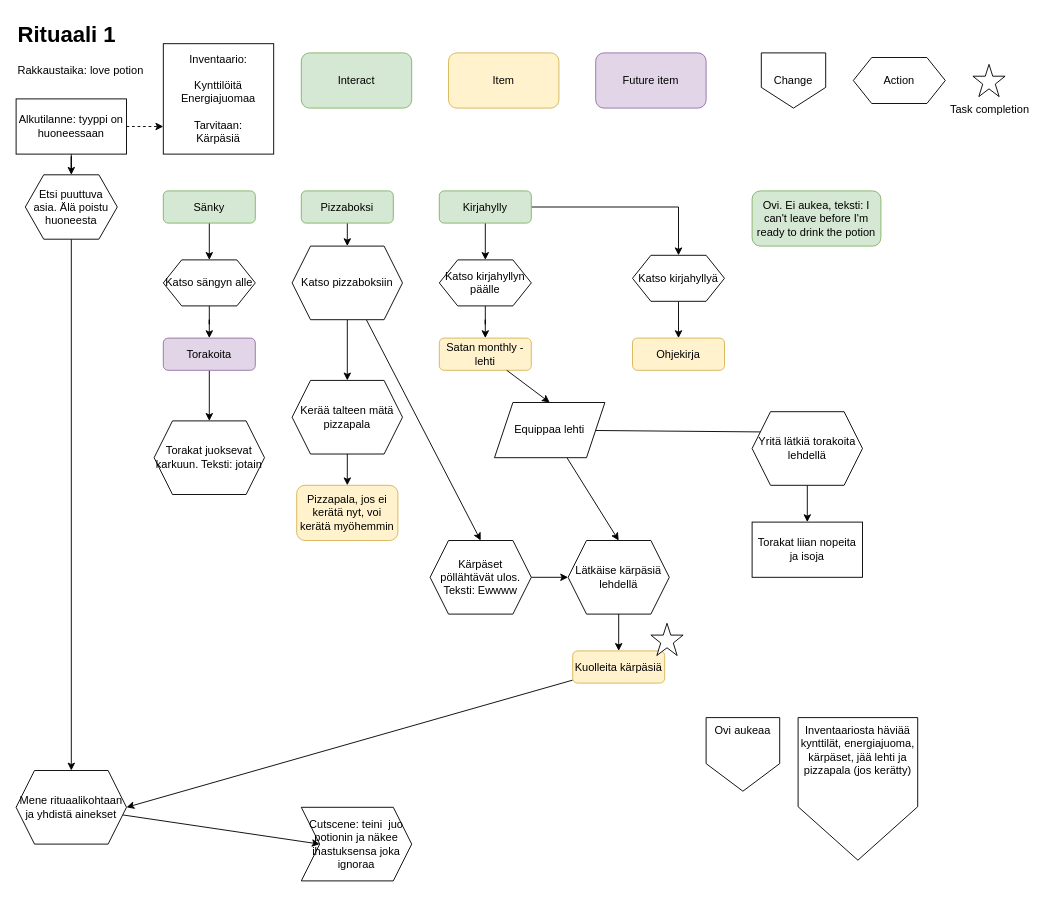
This is Rituaali1.drawio from nallemi/manaaja, a draw.io file, before an edit. Source tidied: cells renumbered, new cells numbered last; positions are measured from the earlier drawing's top-left corner, leaving out a move shared by most shapes. Both pictures are drawn from the tidied source at 92%, with x=0, y=0 at pixel (16, 16).
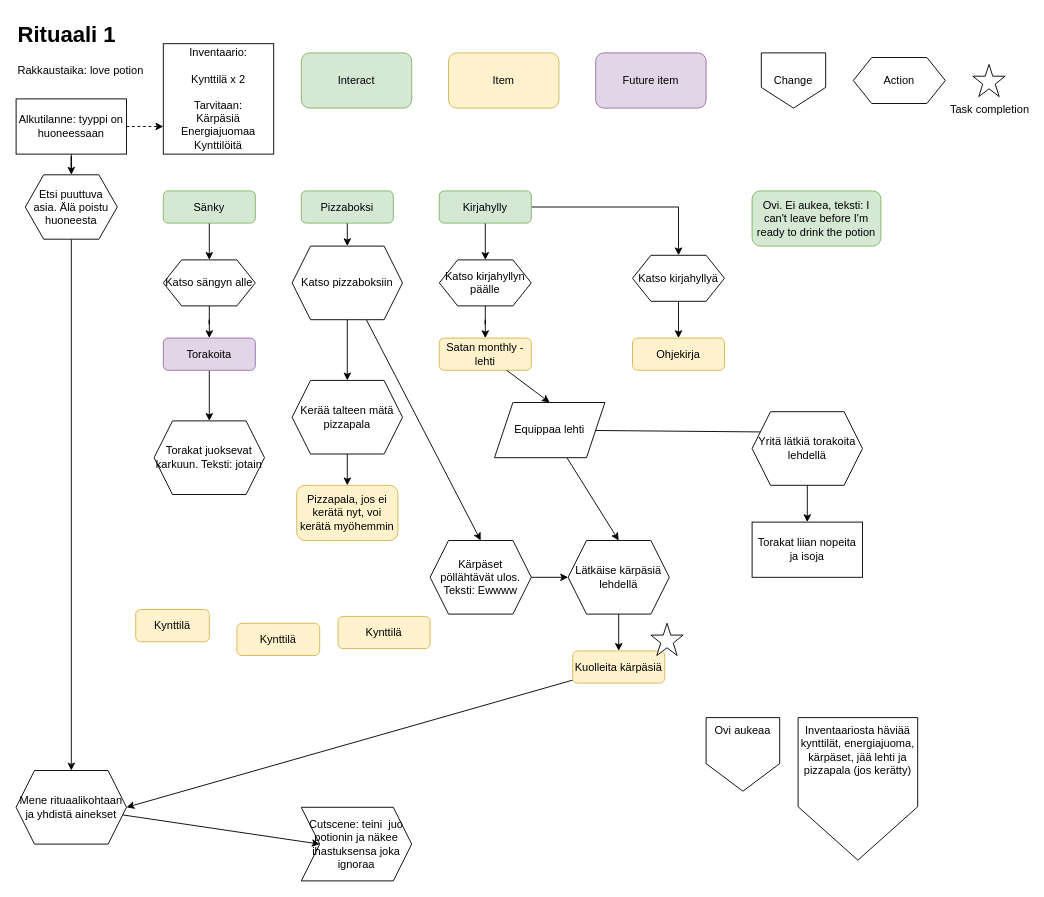
The same page after the edit.

What changed in the source:
```diff
@@
-    <mxCell id="6" value="Inventaario:&lt;div&gt;&lt;br&gt;&lt;/div&gt;&lt;div&gt;Kynttilöitä&lt;/div&gt;&lt;div&gt;Energiajuomaa&lt;/div&gt;&lt;div&gt;&lt;br&gt;&lt;/div&gt;&lt;div&gt;Tarvitaan:&lt;/div&gt;&lt;div&gt;Kärpäsiä&lt;/div&gt;" style="whiteSpace=wrap;html=1;" parent="1" vertex="1">
+    <mxCell id="6" value="Inventaario:&lt;div&gt;&lt;br&gt;&lt;/div&gt;&lt;div&gt;Kynttilä x 2&lt;/div&gt;&lt;div&gt;&lt;br&gt;&lt;/div&gt;&lt;div&gt;Tarvitaan:&lt;/div&gt;&lt;div&gt;Kärpäsiä&lt;/div&gt;&lt;div&gt;Energiajuomaa&lt;/div&gt;&lt;div&gt;Kynttilöitä&lt;/div&gt;" style="whiteSpace=wrap;html=1;" parent="1" vertex="1">
       <mxGeometry x="160" y="30" width="120" height="120" as="geometry" />
     </mxCell>
@@
+    <mxCell id="59" value="Kynttilä" style="rounded=1;whiteSpace=wrap;html=1;roundedPerimeter=1;fillColor=#fff2cc;strokeColor=#d6b656;" parent="1" vertex="1">
+      <mxGeometry x="130" y="645" width="80" height="35" as="geometry" />
+    </mxCell>
+    <mxCell id="60" value="Kynttilä" style="rounded=1;whiteSpace=wrap;html=1;roundedPerimeter=1;fillColor=#fff2cc;strokeColor=#d6b656;" parent="1" vertex="1">
+      <mxGeometry x="240" y="660" width="90" height="35" as="geometry" />
+    </mxCell>
+    <mxCell id="61" value="Kynttilä" style="rounded=1;whiteSpace=wrap;html=1;roundedPerimeter=1;fillColor=#fff2cc;strokeColor=#d6b656;" parent="1" vertex="1">
+      <mxGeometry x="350" y="652.5" width="100" height="35" as="geometry" />
+    </mxCell>
```
